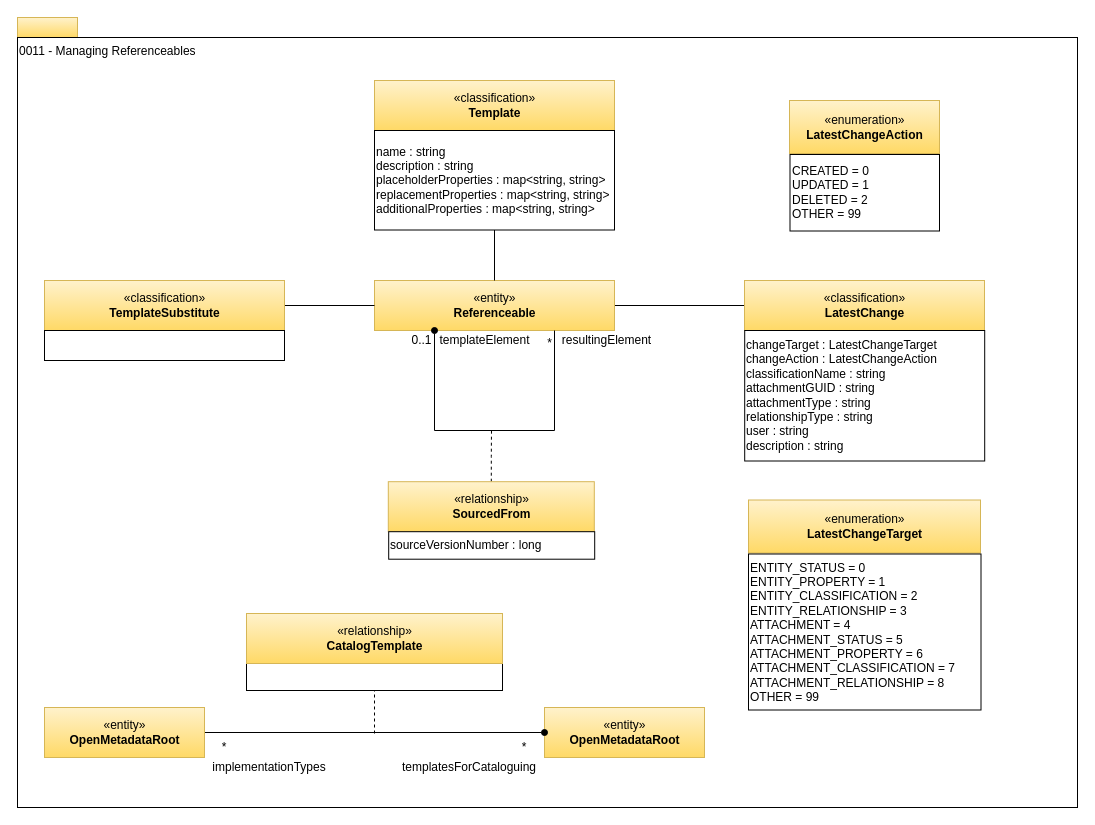
The draw.io diagram page "0011-Managing-Referenceables" (4 of 32) of site/docs/types/0/area-0-basic-types-and-infrastructure.drawio in odpi/egeria-docs, before the edit. Source tidied: cells renumbered, new cells numbered last; positions are measured from the earlier drawing's top-left corner, leaving out a move shared by most shapes. Both pictures are drawn from the tidied source at 100%, with x=0, y=0 at pixel (17, 17).
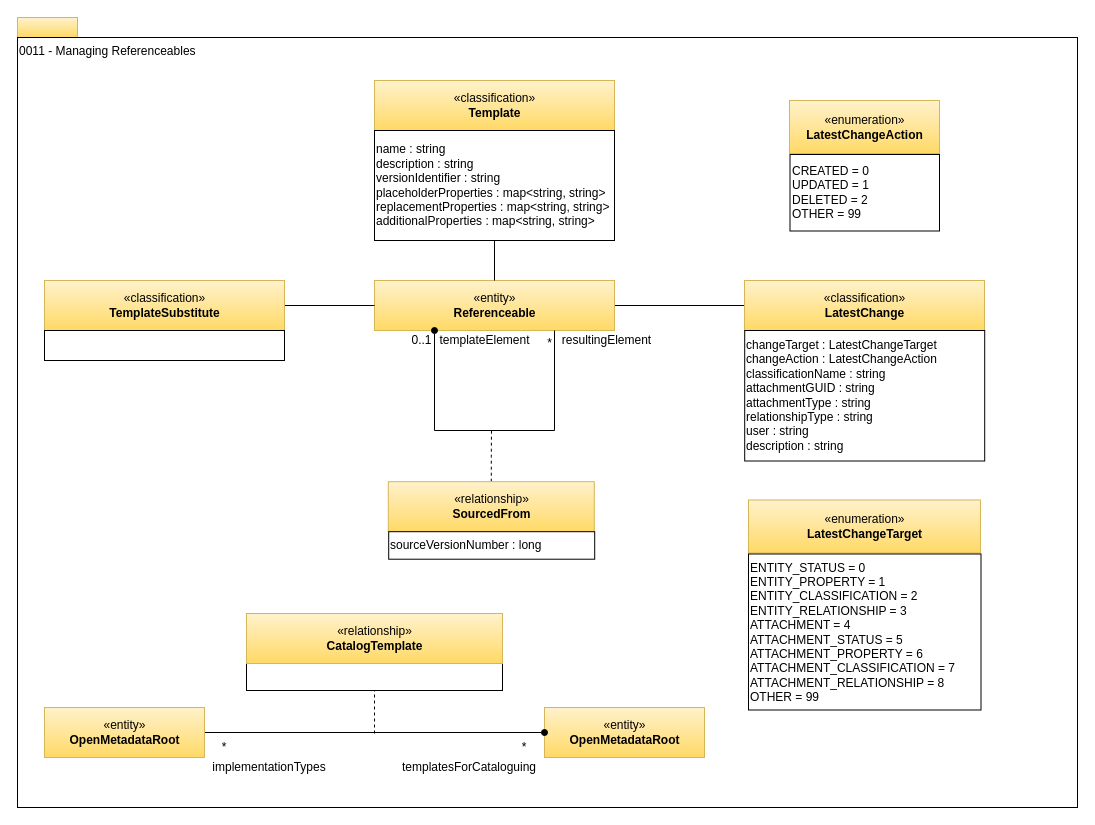
After the change.

What changed in the source:
```diff
@@
-    <mxCell id="21" value="name : string&lt;br&gt;description : string&lt;br&gt;placeholderProperties : map&amp;lt;string, string&amp;gt;&lt;br&gt;replacementProperties : map&amp;lt;string, string&amp;gt;&lt;br&gt;additionalProperties : map&amp;lt;string, string&amp;gt;&lt;br&gt;&lt;div style=&quot;text-align: left&quot;&gt;&lt;/div&gt;" style="rounded=0;whiteSpace=wrap;html=1;strokeColor=#000000;gradientColor=#ffffff;align=left;" parent="1" vertex="1">
-      <mxGeometry x="357" y="113" width="240" height="99.5" as="geometry" />
+    <mxCell id="21" value="name : string&lt;br&gt;description : string&lt;br&gt;versionIdentifier : string&lt;br&gt;placeholderProperties : map&amp;lt;string, string&amp;gt;&lt;br&gt;replacementProperties : map&amp;lt;string, string&amp;gt;&lt;br&gt;additionalProperties : map&amp;lt;string, string&amp;gt;&lt;br&gt;&lt;div style=&quot;text-align: left&quot;&gt;&lt;/div&gt;" style="rounded=0;whiteSpace=wrap;html=1;strokeColor=#000000;gradientColor=#ffffff;align=left;" parent="1" vertex="1">
+      <mxGeometry x="357" y="113" width="240" height="110" as="geometry" />
     </mxCell>
```
